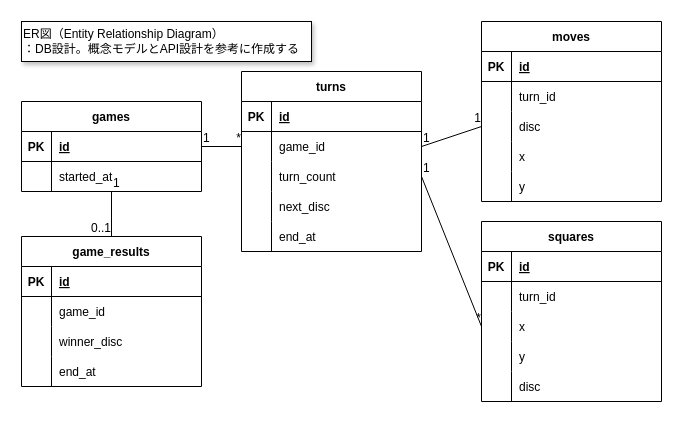
The draw.io diagram Reversi/docs/90_er.drawio in Gunj0/js-memo, before the edit. Source tidied: cells renumbered, new cells numbered last; positions are measured from the earlier drawing's top-left corner, leaving out a move shared by most shapes. Both pictures are drawn from the tidied source at 100%, with x=0, y=0 at pixel (21, 21).
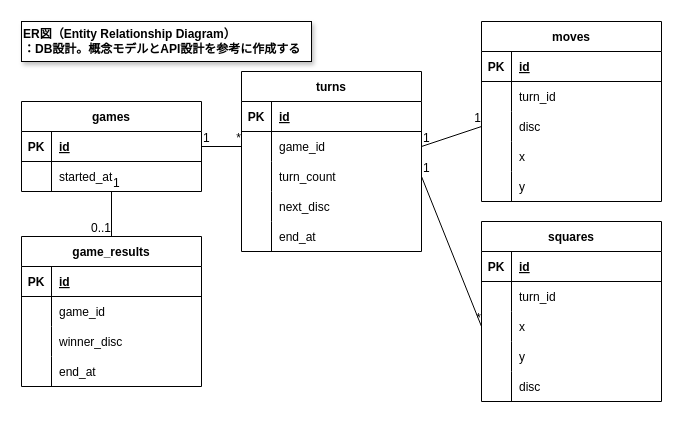
The same page after the edit.

The edit, as a diff of the source:
```diff
@@
-    <mxCell id="2" value="ER図（Entity Relationship Diagram）&lt;br&gt;：DB設計。概念モデルとAPI設計を参考に作成する" style="rounded=0;whiteSpace=wrap;html=1;align=left;shadow=1;" parent="1" vertex="1">
+    <mxCell id="2" value="ER図（Entity Relationship Diagram）&lt;br&gt;：DB設計。概念モデルとAPI設計を参考に作成する" style="rounded=0;whiteSpace=wrap;html=1;align=left;shadow=1;fontStyle=1;" parent="1" vertex="1">
       <mxGeometry width="290" height="40" as="geometry" />
     </mxCell>
```
